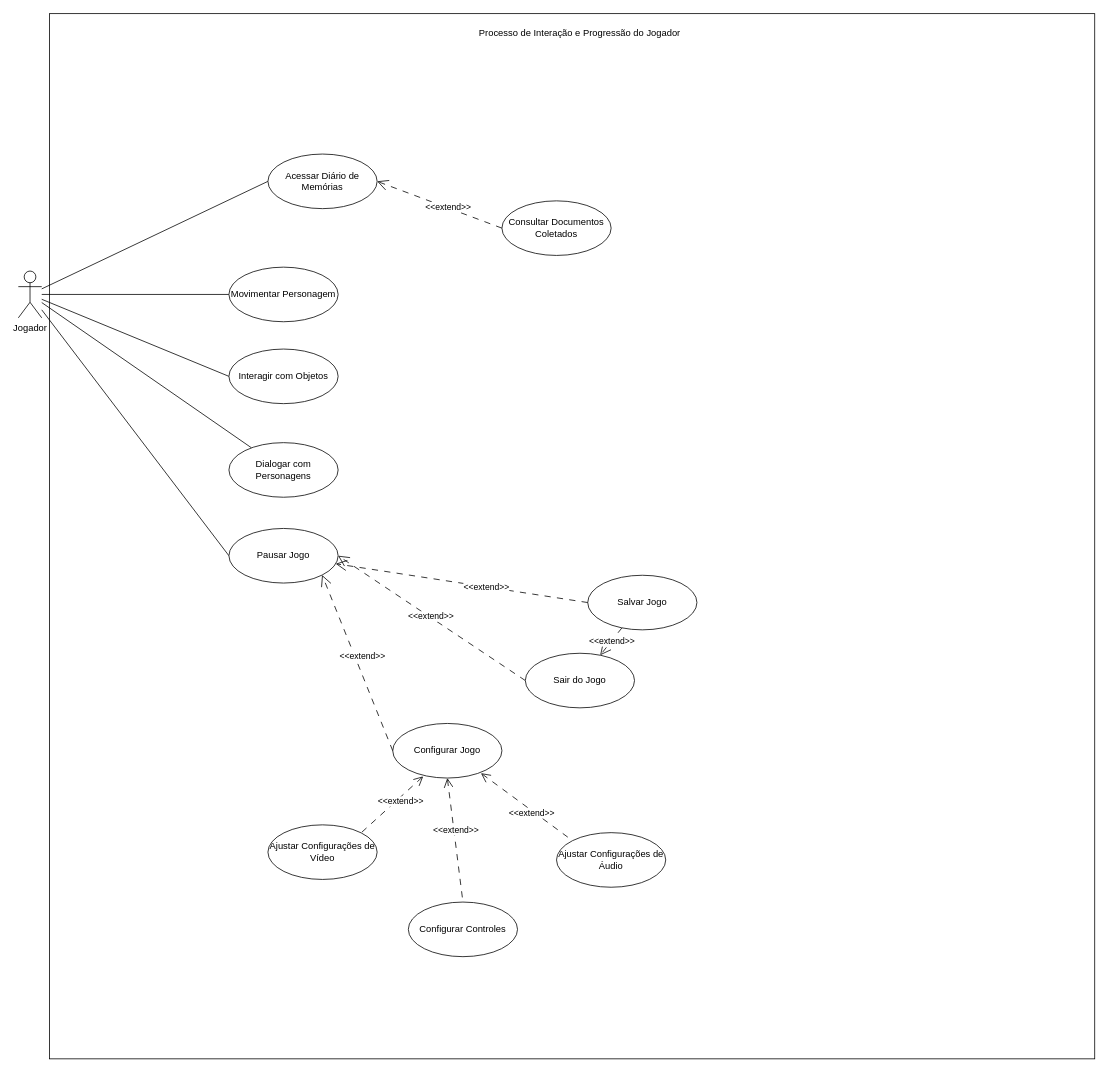
Above: docs/casos-de-uso/caso-de-uso.drawio in omatheusfaria/Ani (draw.io), before the change. Source tidied: cells renumbered, new cells numbered last; positions are measured from the earlier drawing's top-left corner, leaving out a move shared by most shapes. Both pictures are drawn from the tidied source at 78%, with x=0, y=0 at pixel (18, 13).
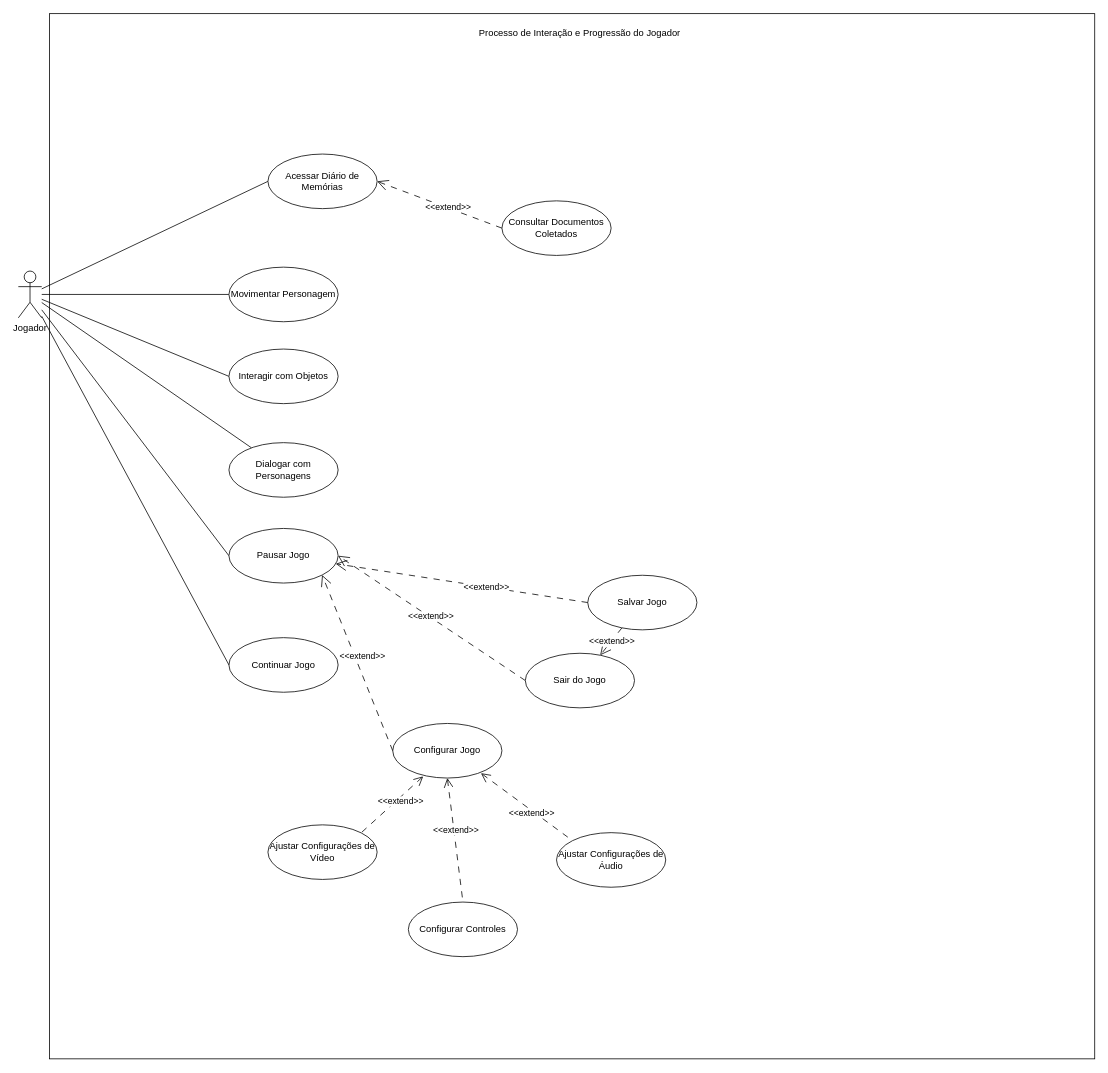
The same diagram, later.

Commit message (it also covers changes not shown here):
Cria o UC-S013 Continuar Jogo ligado ao RF009 e ao RNF002 e fecha o item 8

The change refers to these unchanged cells:
```xml
<mxCell id="7" value="&lt;div&gt;Jogador&lt;/div&gt;" style="shape=umlActor;verticalLabelPosition=bottom;verticalAlign=top;html=1;outlineConnect=0;" parent="1" vertex="1">
  <mxGeometry y="330" width="30" height="60" as="geometry" />
</mxCell>
```

The edit, as a diff of the source:
```diff
@@
+    <mxCell id="38" value="Continuar Jogo" style="ellipse;whiteSpace=wrap;html=1;" parent="1" vertex="1">
+      <mxGeometry x="270" y="800" width="140" height="70" as="geometry" />
+    </mxCell>
+    <mxCell id="39" style="rounded=0;jettySize=auto;html=1;entryX=0;entryY=0.5;entryDx=0;entryDy=0;endArrow=none;endFill=0;" parent="1" edge="1" source="7" target="38">
+      <mxGeometry relative="1" as="geometry" />
+    </mxCell>
```
